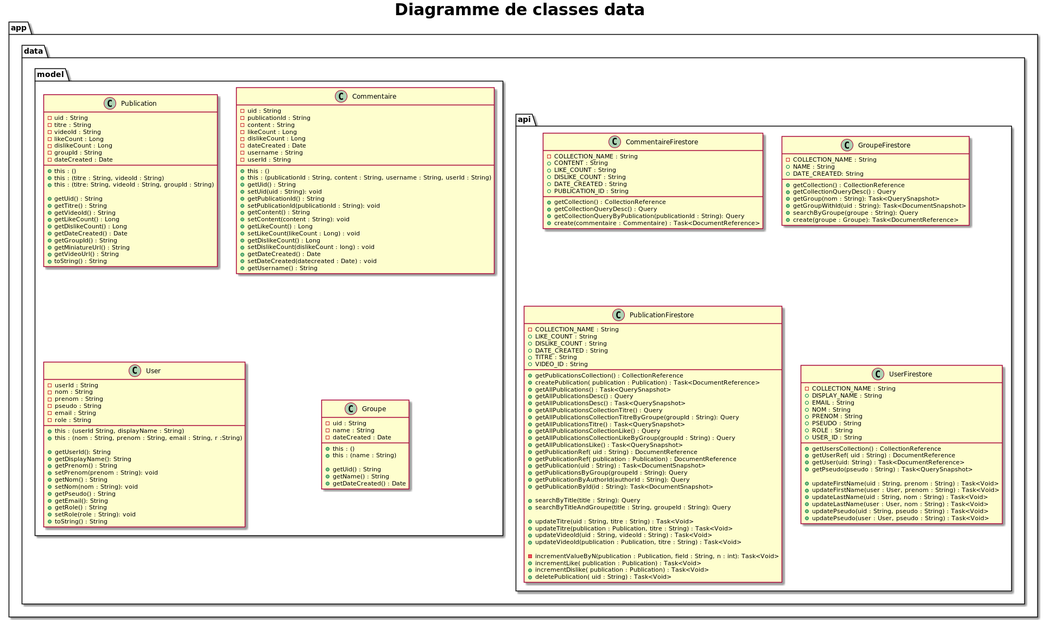
Earlier version of the PlantUML export app/docs/asciidoc/images/modeldata.png (SefkanTas/Sonofy).
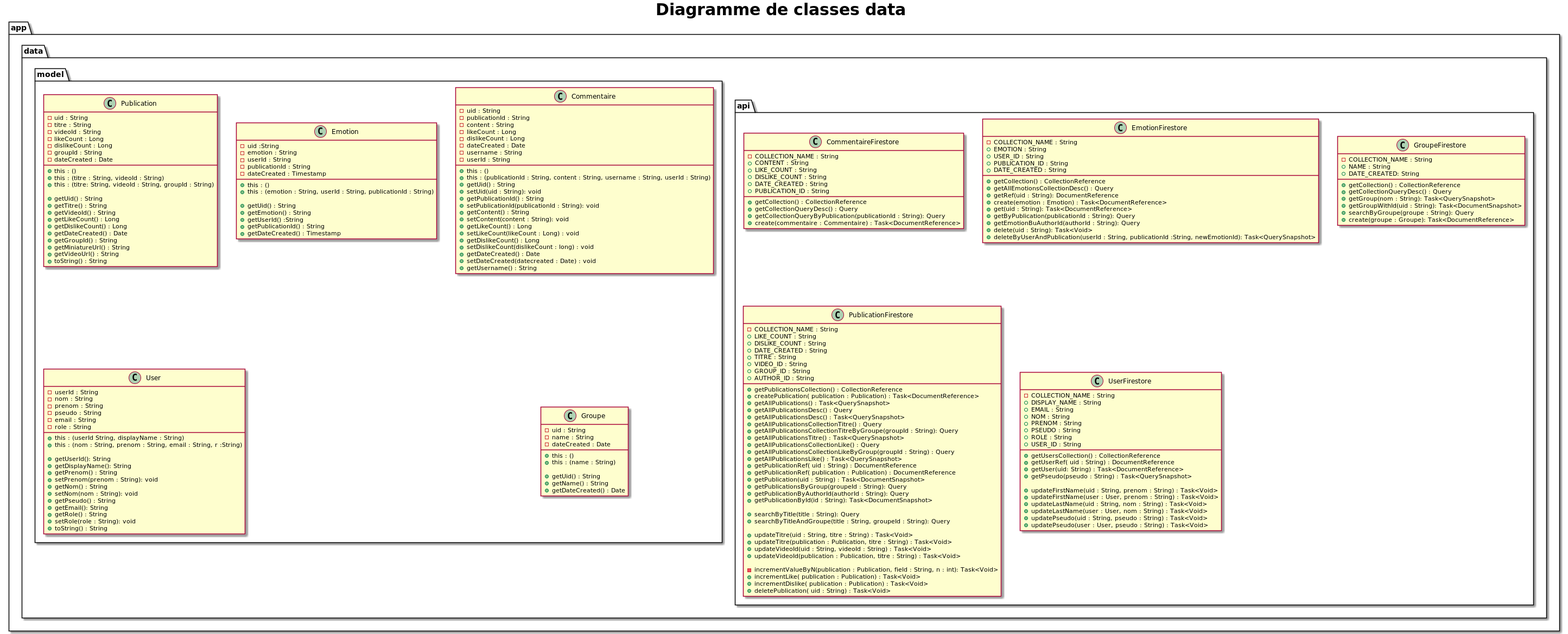
After the commit.

Change to the diagram source:
```diff
@@ -20,6 +20,25 @@
                 + create(commentaire : Commentaire) : Task<DocumentReference>
             }
 
+            class EmotionFirestore{
+                - COLLECTION_NAME : String
+                + EMOTION : String
+                + USER_ID : String
+                + PUBLICATION_ID : String
+                + DATE_CREATED : String
+
+                + getCollection() : CollectionReference
+                + getAllEmotionsCollectionDesc() : Query
+                + getRef(uid : String): DocumentReference
+                + create(emotion : Emotion) : Task<DocumentReference>
+                + get(uid : String): Task<DocumentReference>
+                + getByPublication(publicationId : String): Query
+                + getEmotionBuAuthorId(authorId : String): Query
+                + delete(uid : String): Task<Void>
+                + deleteByUserAndPublication(userId : String, publicationId :String, newEmotionId): Task<QuerySnapshot>
+            }
+
+
             class GroupeFirestore{
                 - COLLECTION_NAME : String
                 + NAME : String
@@ -40,6 +59,8 @@
                 + DATE_CREATED : String
                 + TITRE : String
                 + VIDEO_ID : String
+                + GROUP_ID : String
+                + AUTHOR_ID : String
 
                 + getPublicationsCollection() : CollectionReference
                 + createPublication( publication : Publication) : Task<DocumentReference>
@@ -72,6 +93,7 @@
                 + incrementDislike( publication : Publication) : Task<Void>
                 + deletePublication( uid : String) : Task<Void>
             }
+
 
             class UserFirestore{
                  - COLLECTION_NAME : String
@@ -126,6 +148,24 @@
                 + getDateCreated() : Date
                 + setDateCreated(datecreated : Date) : void
                 + getUsername() : String
+            }
+
+
+            class Emotion{
+                - uid :String
+                - emotion : String
+                - userId : String
+                - publicationId : String
+                - dateCreated : Timestamp
+
+                + this : ()
+                + this : (emotion : String, userId : String, publicationId : String)
+
+                + getUid() : String
+                + getEmotion() : String
+                + getUserId() :String
+                + getPublicationId() : String
+                + getDateCreated() : Timestamp
             }
 
             class Groupe{
```
